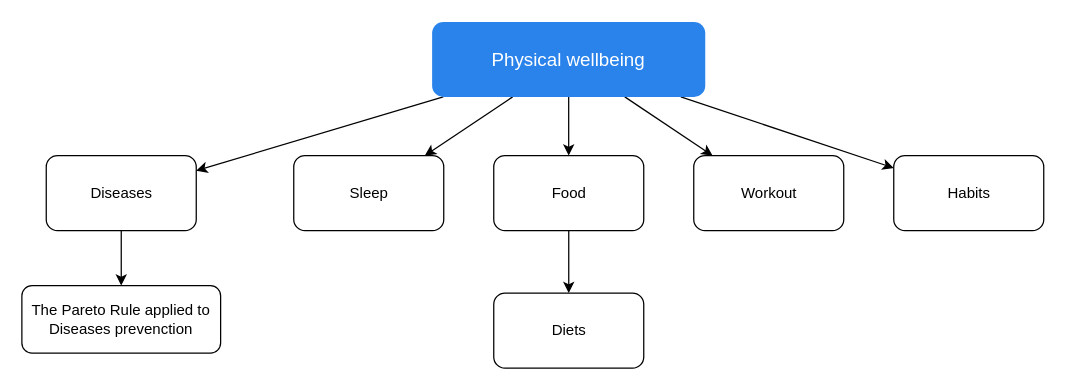
Earlier version of the draw.io diagram page "Physical Health" (4 of 4) of Wellbeing.drawio (alfonsograziano/personal-blog). Source tidied: cells renumbered, new cells numbered last; positions are measured from the earlier drawing's top-left corner, leaving out a move shared by most shapes. Both pictures are drawn from the tidied source at 125%, with x=0, y=0 at pixel (21, 21).
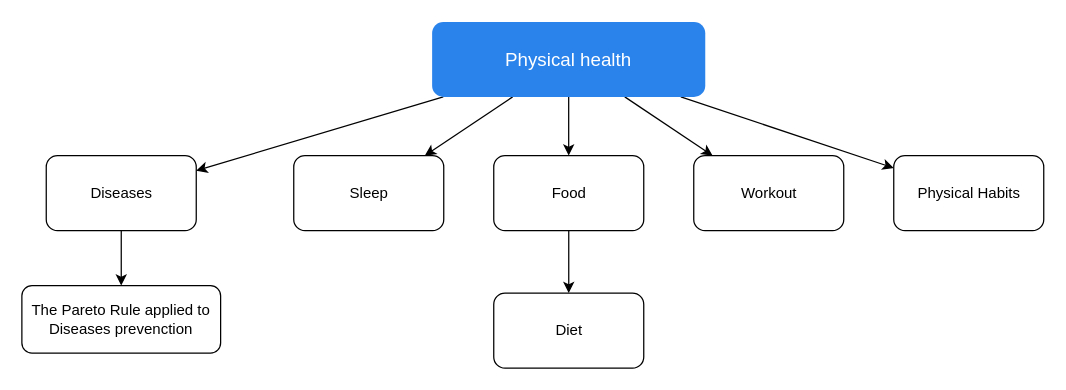
Above is the later version.

Commit message (it also covers changes not shown here):
update physical health

What changed in the source:
```diff
@@
 <mxGraphModel>
   <root>
     <mxCell id="0" />
     <mxCell id="1" parent="0" />
     <mxCell id="2" style="edgeStyle=none;rounded=0;jettySize=auto;html=1;" parent="1" edge="1" source="7" target="14">
       <mxGeometry relative="1" as="geometry" />
     </mxCell>
     <mxCell id="3" style="edgeStyle=none;rounded=0;jettySize=auto;html=1;" parent="1" edge="1" source="7" target="8">
       <mxGeometry relative="1" as="geometry" />
     </mxCell>
     <mxCell id="4" style="edgeStyle=none;rounded=0;jettySize=auto;html=1;" parent="1" edge="1" source="7" target="10">
       <mxGeometry relative="1" as="geometry" />
     </mxCell>
     <mxCell id="5" style="edgeStyle=none;rounded=0;jettySize=auto;html=1;" parent="1" edge="1" source="7" target="11">
       <mxGeometry relative="1" as="geometry" />
     </mxCell>
     <mxCell id="6" style="edgeStyle=none;rounded=0;jettySize=auto;html=1;" parent="1" edge="1" source="7" target="12">
       <mxGeometry relative="1" as="geometry" />
     </mxCell>
-    <mxCell id="7" value="Physical wellbeing" style="rounded=1;whiteSpace=wrap;html=1;fontSize=15;fillColor=#2a83eb;strokeColor=none;fontColor=#ffffff;" parent="1" vertex="1">
+    <mxCell id="7" value="Physical health" style="rounded=1;whiteSpace=wrap;html=1;fontSize=15;fillColor=#2a83eb;strokeColor=none;fontColor=#ffffff;" parent="1" vertex="1">
       <mxGeometry x="328.2" width="218.5" height="60" as="geometry" />
     </mxCell>
     <mxCell id="8" value="Sleep" style="rounded=1;whiteSpace=wrap;html=1;" parent="1" vertex="1">
       <mxGeometry x="217.5" y="107" width="120" height="60" as="geometry" />
     </mxCell>
     <mxCell id="9" style="edgeStyle=none;rounded=0;jettySize=auto;html=1;" parent="1" edge="1" source="10" target="16">
       <mxGeometry relative="1" as="geometry" />
     </mxCell>
     <mxCell id="10" value="Food" style="rounded=1;whiteSpace=wrap;html=1;" parent="1" vertex="1">
       <mxGeometry x="377.5" y="107" width="120" height="60" as="geometry" />
     </mxCell>
     <mxCell id="11" value="Workout" style="rounded=1;whiteSpace=wrap;html=1;" parent="1" vertex="1">
       <mxGeometry x="537.5" y="107" width="120" height="60" as="geometry" />
     </mxCell>
-    <mxCell id="12" value="Habits" style="rounded=1;whiteSpace=wrap;html=1;" parent="1" vertex="1">
+    <mxCell id="12" value="Physical Habits" style="rounded=1;whiteSpace=wrap;html=1;" parent="1" vertex="1">
       <mxGeometry x="697.5" y="107" width="120" height="60" as="geometry" />
     </mxCell>
     <mxCell id="13" style="edgeStyle=none;rounded=0;jettySize=auto;html=1;" parent="1" edge="1" source="14" target="15">
       <mxGeometry relative="1" as="geometry" />
     </mxCell>
     <mxCell id="14" value="Diseases" style="rounded=1;whiteSpace=wrap;html=1;" parent="1" vertex="1">
       <mxGeometry x="19.5" y="107" width="120" height="60" as="geometry" />
     </mxCell>
     <mxCell id="15" value="The Pareto Rule applied to Diseases prevenction" style="rounded=1;whiteSpace=wrap;html=1;" parent="1" vertex="1">
       <mxGeometry y="211" width="159" height="54" as="geometry" />
     </mxCell>
-    <mxCell id="16" value="Diets" style="rounded=1;whiteSpace=wrap;html=1;" parent="1" vertex="1">
+    <mxCell id="16" value="Diet" style="rounded=1;whiteSpace=wrap;html=1;" parent="1" vertex="1">
       <mxGeometry x="377.5" y="217" width="120" height="60" as="geometry" />
     </mxCell>
   </root>
 </mxGraphModel>
```
